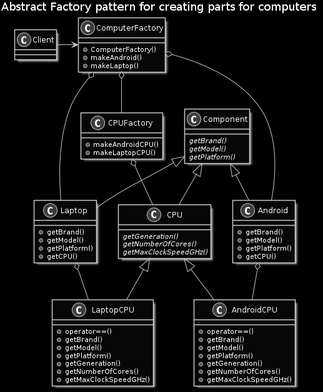
This is DesignPatterns/AbstractFactory/ComputerAbstractFactory.png from FriskySaga/InterviewingPractice, a PlantUML export, as it was before one commit.
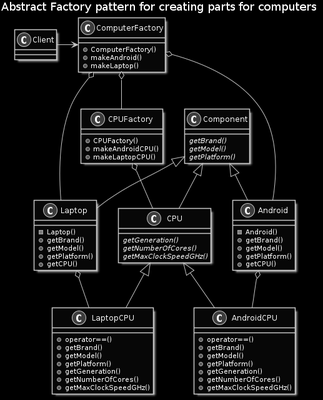
Above is the later version.

Commit message:
Finished my Abstract Factory design patterngit add -A!

The edit, as a diff of the source:
```diff
@@ -18,8 +18,16 @@
   + makeLaptop()
 }
 
+class CPUFactory
+{
+  + CPUFactory()
+  + makeAndroidCPU()
+  + makeLaptopCPU()
+}
+
 class Android
 {
+  - Android()
   + getBrand()
   + getModel()
   + getPlatform()
@@ -28,6 +36,7 @@
 
 class Laptop
 {
+  - Laptop()
   + getBrand()
   + getModel()
   + getPlatform()
@@ -63,12 +72,6 @@
   + getMaxClockSpeedGHz()
 }
 
-class CPUFactory
-{
-  + makeAndroidCPU()
-  + makeLaptopCPU()
-}
-
 Component <|-- Android
 Component <|-- Laptop
 Component <|-- CPU
```
